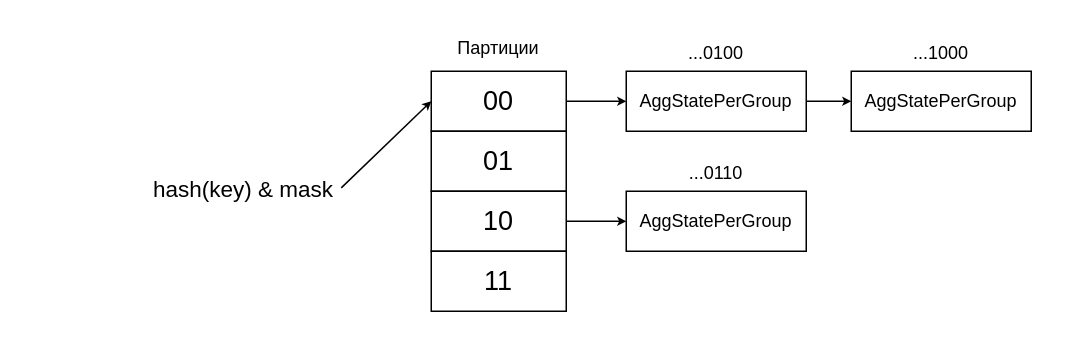
This is how-group-by-works/hash-table-structure.drawio from ashenBlade/tantor-pg-meetups, a draw.io file, before an edit. Source tidied: cells renumbered, new cells numbered last; positions are measured from the earlier drawing's top-left corner, leaving out a move shared by most shapes. Both pictures are drawn from the tidied source at 150%, with x=0, y=0 at pixel (146, 26).
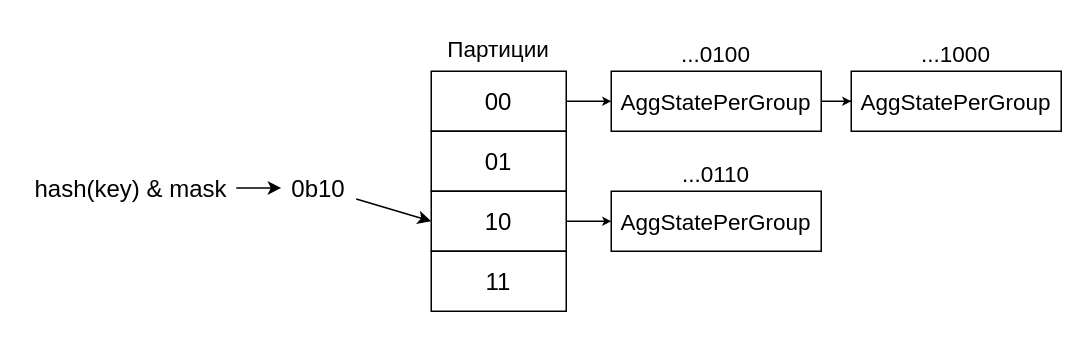
Above is the later version.

What changed in the source:
```diff
@@
 <mxGraphModel>
   <root>
     <mxCell id="0" />
     <mxCell id="1" parent="0" />
-    <mxCell id="2" style="edgeStyle=orthogonalEdgeStyle;rounded=0;jettySize=auto;html=1;entryX=0;entryY=0.5;entryDx=0;entryDy=0;curved=1;endSize=3;" parent="1" edge="1" source="3" target="11">
+    <mxCell id="2" style="edgeStyle=orthogonalEdgeStyle;rounded=0;jettySize=auto;html=1;entryX=0;entryY=0.5;entryDx=0;entryDy=0;curved=1;endSize=3;fontSize=15;" parent="1" edge="1" source="3" target="11">
       <mxGeometry relative="1" as="geometry" />
     </mxCell>
-    <mxCell id="3" value="00" style="rounded=0;whiteSpace=wrap;html=1;fontSize=18;" parent="1" vertex="1">
+    <mxCell id="3" value="00" style="rounded=0;whiteSpace=wrap;html=1;fontSize=16;" parent="1" vertex="1">
       <mxGeometry x="190" y="30" width="90" height="40" as="geometry" />
     </mxCell>
-    <mxCell id="4" value="01" style="rounded=0;whiteSpace=wrap;html=1;fontSize=18;" parent="1" vertex="1">
+    <mxCell id="4" value="01" style="rounded=0;whiteSpace=wrap;html=1;fontSize=16;" parent="1" vertex="1">
       <mxGeometry x="190" y="70" width="90" height="40" as="geometry" />
     </mxCell>
-    <mxCell id="5" style="edgeStyle=orthogonalEdgeStyle;rounded=0;jettySize=auto;html=1;curved=1;endSize=3;" parent="1" edge="1" source="6" target="15">
+    <mxCell id="5" style="edgeStyle=orthogonalEdgeStyle;rounded=0;jettySize=auto;html=1;curved=1;endSize=3;fontSize=15;" parent="1" edge="1" source="6" target="15">
       <mxGeometry relative="1" as="geometry" />
     </mxCell>
-    <mxCell id="6" value="10" style="rounded=0;whiteSpace=wrap;html=1;fontSize=18;" parent="1" vertex="1">
+    <mxCell id="6" value="10" style="rounded=0;whiteSpace=wrap;html=1;fontSize=16;" parent="1" vertex="1">
       <mxGeometry x="190" y="110" width="90" height="40" as="geometry" />
     </mxCell>
-    <mxCell id="7" value="11" style="rounded=0;whiteSpace=wrap;html=1;fontSize=18;" parent="1" vertex="1">
+    <mxCell id="7" value="11" style="rounded=0;whiteSpace=wrap;html=1;fontSize=16;" parent="1" vertex="1">
       <mxGeometry x="190" y="150" width="90" height="40" as="geometry" />
     </mxCell>
-    <mxCell id="8" style="rounded=0;jettySize=auto;html=1;entryX=0;entryY=0.5;entryDx=0;entryDy=0;exitX=1;exitY=0.5;exitDx=0;exitDy=0;endSize=3;" parent="1" edge="1" source="9" target="3">
-      <mxGeometry relative="1" as="geometry" />
-    </mxCell>
+    <mxCell id="18" style="edgeStyle=orthogonalEdgeStyle;rounded=0;jettySize=auto;html=1;fontSize=15;" parent="1" edge="1" source="9" target="20">
+      <mxGeometry relative="1" as="geometry" />
+    </mxCell>
-    <mxCell id="9" value="hash(key) &amp;amp; mask" style="text;html=1;align=center;verticalAlign=middle;whiteSpace=wrap;rounded=0;strokeWidth=3;fontSize=15;" parent="1" vertex="1">
-      <mxGeometry y="90" width="130" height="35.5" as="geometry" />
+    <mxCell id="9" value="hash(key) &amp;amp; mask" style="text;html=1;align=center;verticalAlign=middle;whiteSpace=wrap;rounded=0;strokeWidth=3;fontSize=16;" parent="1" vertex="1">
+      <mxGeometry x="-80" y="90" width="140" height="35.5" as="geometry" />
     </mxCell>
-    <mxCell id="10" style="edgeStyle=orthogonalEdgeStyle;rounded=0;jettySize=auto;html=1;endSize=3;" parent="1" edge="1" source="11" target="12">
+    <mxCell id="10" style="edgeStyle=orthogonalEdgeStyle;rounded=0;jettySize=auto;html=1;endSize=3;fontSize=15;" parent="1" edge="1" source="11" target="12">
       <mxGeometry relative="1" as="geometry" />
     </mxCell>
-    <mxCell id="11" value="AggStatePerGroup" style="rounded=0;whiteSpace=wrap;html=1;" parent="1" vertex="1">
-      <mxGeometry x="320" y="30" width="120" height="40" as="geometry" />
+    <mxCell id="11" value="AggStatePerGroup" style="rounded=0;whiteSpace=wrap;html=1;fontSize=15;" parent="1" vertex="1">
+      <mxGeometry x="310" y="30" width="140" height="40" as="geometry" />
     </mxCell>
-    <mxCell id="12" value="AggStatePerGroup" style="rounded=0;whiteSpace=wrap;html=1;" parent="1" vertex="1">
-      <mxGeometry x="470" y="30" width="120" height="40" as="geometry" />
+    <mxCell id="12" value="AggStatePerGroup" style="rounded=0;whiteSpace=wrap;html=1;fontSize=15;" parent="1" vertex="1">
+      <mxGeometry x="470" y="30" width="140" height="40" as="geometry" />
     </mxCell>
-    <mxCell id="13" value="...0100" style="text;html=1;align=center;verticalAlign=middle;whiteSpace=wrap;rounded=0;" parent="1" vertex="1">
+    <mxCell id="13" value="...0100" style="text;html=1;align=center;verticalAlign=middle;whiteSpace=wrap;rounded=0;fontSize=15;" parent="1" vertex="1">
       <mxGeometry x="355" y="5" width="50" height="25" as="geometry" />
     </mxCell>
-    <mxCell id="14" value="...1000" style="text;html=1;align=center;verticalAlign=middle;whiteSpace=wrap;rounded=0;" parent="1" vertex="1">
-      <mxGeometry x="505" y="5" width="50" height="25" as="geometry" />
+    <mxCell id="14" value="...1000" style="text;html=1;align=center;verticalAlign=middle;whiteSpace=wrap;rounded=0;fontSize=15;" parent="1" vertex="1">
+      <mxGeometry x="515" y="5" width="50" height="25" as="geometry" />
     </mxCell>
-    <mxCell id="15" value="AggStatePerGroup" style="rounded=0;whiteSpace=wrap;html=1;" parent="1" vertex="1">
-      <mxGeometry x="320" y="110" width="120" height="40" as="geometry" />
+    <mxCell id="15" value="AggStatePerGroup" style="rounded=0;whiteSpace=wrap;html=1;fontSize=15;" parent="1" vertex="1">
+      <mxGeometry x="310" y="110" width="140" height="40" as="geometry" />
     </mxCell>
-    <mxCell id="16" value="...0110" style="text;html=1;align=center;verticalAlign=middle;whiteSpace=wrap;rounded=0;" parent="1" vertex="1">
+    <mxCell id="16" value="...0110" style="text;html=1;align=center;verticalAlign=middle;whiteSpace=wrap;rounded=0;fontSize=15;" parent="1" vertex="1">
       <mxGeometry x="355" y="85" width="50" height="25" as="geometry" />
     </mxCell>
-    <mxCell id="17" value="Партиции" style="text;html=1;align=center;verticalAlign=middle;whiteSpace=wrap;rounded=0;" parent="1" vertex="1">
+    <mxCell id="17" value="Партиции" style="text;html=1;align=center;verticalAlign=middle;whiteSpace=wrap;rounded=0;fontSize=15;" parent="1" vertex="1">
       <mxGeometry x="205" width="60" height="30" as="geometry" />
     </mxCell>
+    <mxCell id="19" style="rounded=0;jettySize=auto;html=1;entryX=0;entryY=0.5;entryDx=0;entryDy=0;fontSize=15;" parent="1" edge="1" source="20" target="6">
+      <mxGeometry relative="1" as="geometry" />
+    </mxCell>
+    <mxCell id="20" value="0b10" style="text;html=1;align=center;verticalAlign=middle;whiteSpace=wrap;rounded=0;strokeWidth=3;fontSize=16;" parent="1" vertex="1">
+      <mxGeometry x="90" y="90" width="50" height="35.5" as="geometry" />
+    </mxCell>
   </root>
 </mxGraphModel>
```
